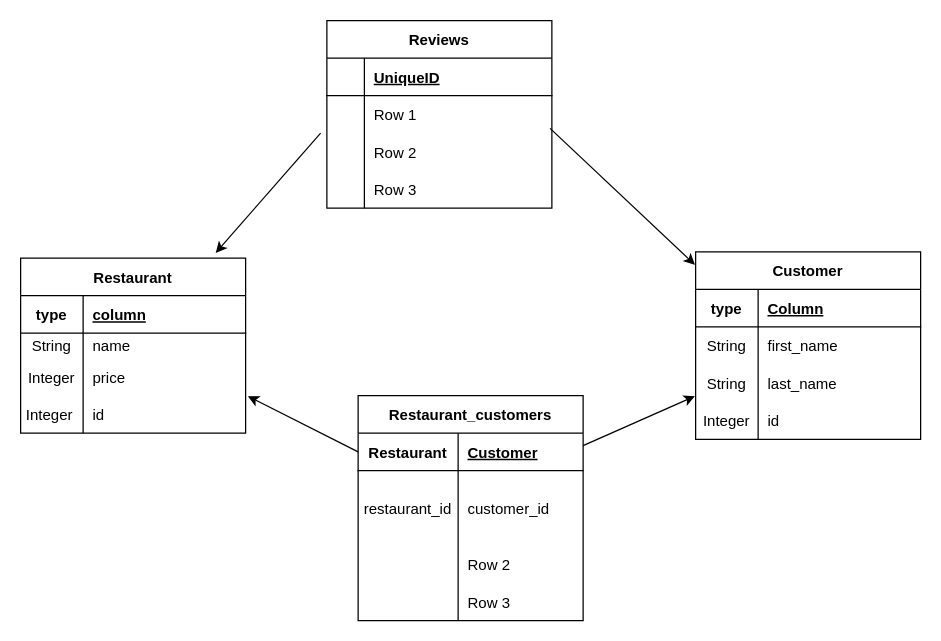
Earlier version of the draw.io diagram domain.drawio (Njmwas-Moringa-Class/sqlalchemy-code-challenge-John-thabuks). Source tidied: cells renumbered, new cells numbered last; positions are measured from the earlier drawing's top-left corner, leaving out a move shared by most shapes. Both pictures are drawn from the tidied source at 125%, with x=0, y=0 at pixel (20, 20).
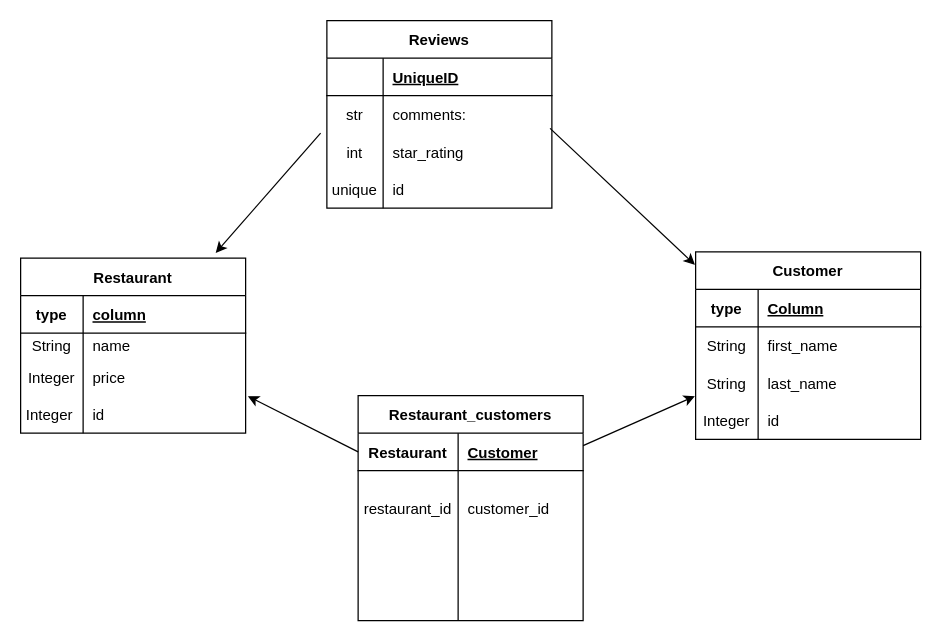
The same diagram, later.

The change refers to these unchanged cells:
```xml
<mxCell id="3" style="shape=tableRow;horizontal=0;startSize=0;swimlaneHead=0;swimlaneBody=0;fillColor=none;top=0;left=0;right=0;bottom=1;" parent="2" vertex="1">
  <mxGeometry y="30" width="180" height="30" as="geometry" />
</mxCell>
<mxCell id="6" style="shape=tableRow;horizontal=0;startSize=0;swimlaneHead=0;swimlaneBody=0;fillColor=none;top=0;left=0;right=0;bottom=0;" parent="2" vertex="1">
  <mxGeometry y="60" width="180" height="30" as="geometry" />
</mxCell>
<mxCell id="9" style="shape=tableRow;horizontal=0;startSize=0;swimlaneHead=0;swimlaneBody=0;fillColor=none;points=[[0,0.5],[1,0.5]];portConstraint=eastwest;top=0;left=0;right=0;bottom=0;" parent="2" vertex="1">
  <mxGeometry y="90" width="180" height="30" as="geometry" />
</mxCell>
<mxCell id="12" style="shape=tableRow;horizontal=0;startSize=0;swimlaneHead=0;swimlaneBody=0;fillColor=none;top=0;left=0;right=0;bottom=0;" parent="2" vertex="1">
  <mxGeometry y="120" width="180" height="30" as="geometry" />
</mxCell>
<mxCell id="50" style="shape=tableRow;horizontal=0;startSize=0;swimlaneHead=0;swimlaneBody=0;fillColor=none;top=0;left=0;right=0;bottom=0;" parent="43" vertex="1">
  <mxGeometry y="120" width="180" height="30" as="geometry" />
</mxCell>
<mxCell id="53" style="shape=tableRow;horizontal=0;startSize=0;swimlaneHead=0;swimlaneBody=0;fillColor=none;top=0;left=0;right=0;bottom=0;" parent="43" vertex="1">
  <mxGeometry y="150" width="180" height="30" as="geometry" />
</mxCell>
```

Diff of the diagram source:
```diff
@@
     <mxCell id="4" style="shape=partialRectangle;fillColor=none;top=0;left=0;bottom=0;right=0;fontStyle=1;overflow=hidden;" parent="3" vertex="1">
-      <mxGeometry width="30" height="30" as="geometry" />
+      <mxGeometry width="45" height="30" as="geometry" />
     </mxCell>
     <mxCell id="5" value="UniqueID" style="shape=partialRectangle;fillColor=none;top=0;left=0;bottom=0;right=0;align=left;spacingLeft=6;fontStyle=5;overflow=hidden;" parent="3" vertex="1">
-      <mxGeometry x="30" width="150" height="30" as="geometry" />
+      <mxGeometry x="45" width="135" height="30" as="geometry" />
     </mxCell>
@@
-    <mxCell id="7" style="shape=partialRectangle;fillColor=none;top=0;left=0;bottom=0;right=0;overflow=hidden;" parent="6" vertex="1">
-      <mxGeometry width="30" height="30" as="geometry" />
+    <mxCell id="7" value="str" style="shape=partialRectangle;fillColor=none;top=0;left=0;bottom=0;right=0;overflow=hidden;" parent="6" vertex="1">
+      <mxGeometry width="45" height="30" as="geometry" />
     </mxCell>
-    <mxCell id="8" value="Row 1" style="shape=partialRectangle;fillColor=none;top=0;left=0;bottom=0;right=0;align=left;spacingLeft=6;overflow=hidden;" parent="6" vertex="1">
-      <mxGeometry x="30" width="150" height="30" as="geometry" />
+    <mxCell id="8" value="comments: " style="shape=partialRectangle;fillColor=none;top=0;left=0;bottom=0;right=0;align=left;spacingLeft=6;overflow=hidden;" parent="6" vertex="1">
+      <mxGeometry x="45" width="135" height="30" as="geometry" />
     </mxCell>
@@
-    <mxCell id="10" style="shape=partialRectangle;fillColor=none;top=0;left=0;bottom=0;right=0;overflow=hidden;" parent="9" vertex="1">
-      <mxGeometry width="30" height="30" as="geometry" />
+    <mxCell id="10" value="int" style="shape=partialRectangle;fillColor=none;top=0;left=0;bottom=0;right=0;overflow=hidden;" parent="9" vertex="1">
+      <mxGeometry width="45" height="30" as="geometry" />
     </mxCell>
-    <mxCell id="11" value="Row 2" style="shape=partialRectangle;fillColor=none;top=0;left=0;bottom=0;right=0;align=left;spacingLeft=6;overflow=hidden;" parent="9" vertex="1">
-      <mxGeometry x="30" width="150" height="30" as="geometry" />
+    <mxCell id="11" value="star_rating" style="shape=partialRectangle;fillColor=none;top=0;left=0;bottom=0;right=0;align=left;spacingLeft=6;overflow=hidden;" parent="9" vertex="1">
+      <mxGeometry x="45" width="135" height="30" as="geometry" />
     </mxCell>
@@
-    <mxCell id="13" style="shape=partialRectangle;fillColor=none;top=0;left=0;bottom=0;right=0;overflow=hidden;" parent="12" vertex="1">
-      <mxGeometry width="30" height="30" as="geometry" />
+    <mxCell id="13" value="unique" style="shape=partialRectangle;fillColor=none;top=0;left=0;bottom=0;right=0;overflow=hidden;" parent="12" vertex="1">
+      <mxGeometry width="45" height="30" as="geometry" />
     </mxCell>
-    <mxCell id="14" value="Row 3" style="shape=partialRectangle;fillColor=none;top=0;left=0;bottom=0;right=0;align=left;spacingLeft=6;overflow=hidden;" parent="12" vertex="1">
-      <mxGeometry x="30" width="150" height="30" as="geometry" />
+    <mxCell id="14" value="id" style="shape=partialRectangle;fillColor=none;top=0;left=0;bottom=0;right=0;align=left;spacingLeft=6;overflow=hidden;" parent="12" vertex="1">
+      <mxGeometry x="45" width="135" height="30" as="geometry" />
     </mxCell>
@@
-    <mxCell id="52" value="Row 2" style="shape=partialRectangle;fillColor=none;top=0;left=0;bottom=0;right=0;align=left;spacingLeft=6;overflow=hidden;" parent="50" vertex="1">
+    <mxCell id="52" style="shape=partialRectangle;fillColor=none;top=0;left=0;bottom=0;right=0;align=left;spacingLeft=6;overflow=hidden;" parent="50" vertex="1">
       <mxGeometry x="80" width="100" height="30" as="geometry" />
     </mxCell>
@@
-    <mxCell id="55" value="Row 3" style="shape=partialRectangle;fillColor=none;top=0;left=0;bottom=0;right=0;align=left;spacingLeft=6;overflow=hidden;" parent="53" vertex="1">
+    <mxCell id="55" style="shape=partialRectangle;fillColor=none;top=0;left=0;bottom=0;right=0;align=left;spacingLeft=6;overflow=hidden;" parent="53" vertex="1">
       <mxGeometry x="80" width="100" height="30" as="geometry" />
     </mxCell>
```
